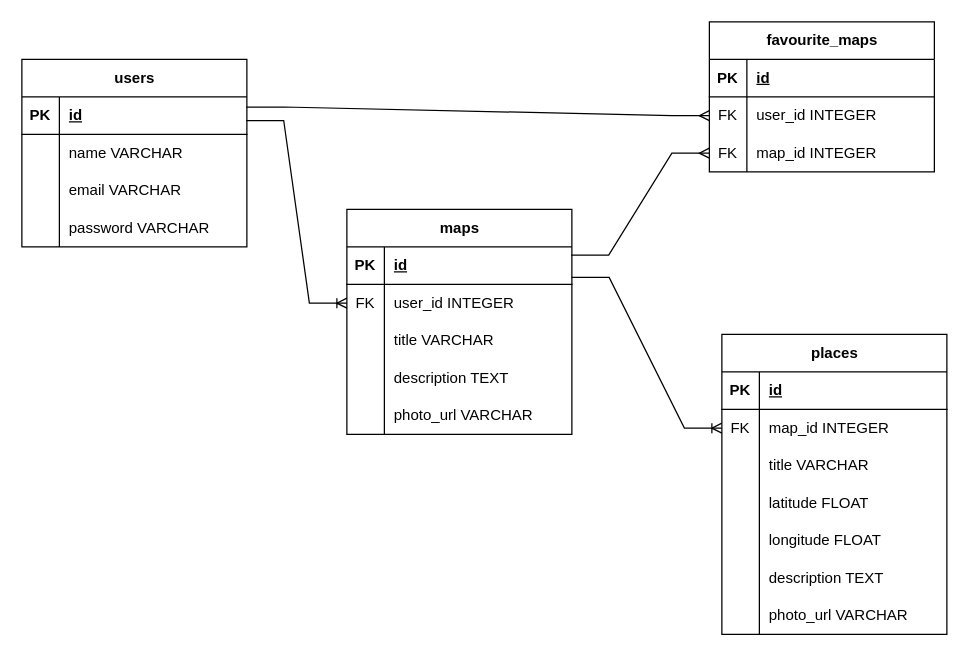
The draw.io diagram planning/Wiki-Maps ERD.drawio in Vani11aG310/wiki-maps, before the edit. Source tidied: cells renumbered, new cells numbered last; positions are measured from the earlier drawing's top-left corner, leaving out a move shared by most shapes. Both pictures are drawn from the tidied source at 125%, with x=0, y=0 at pixel (21, 21).
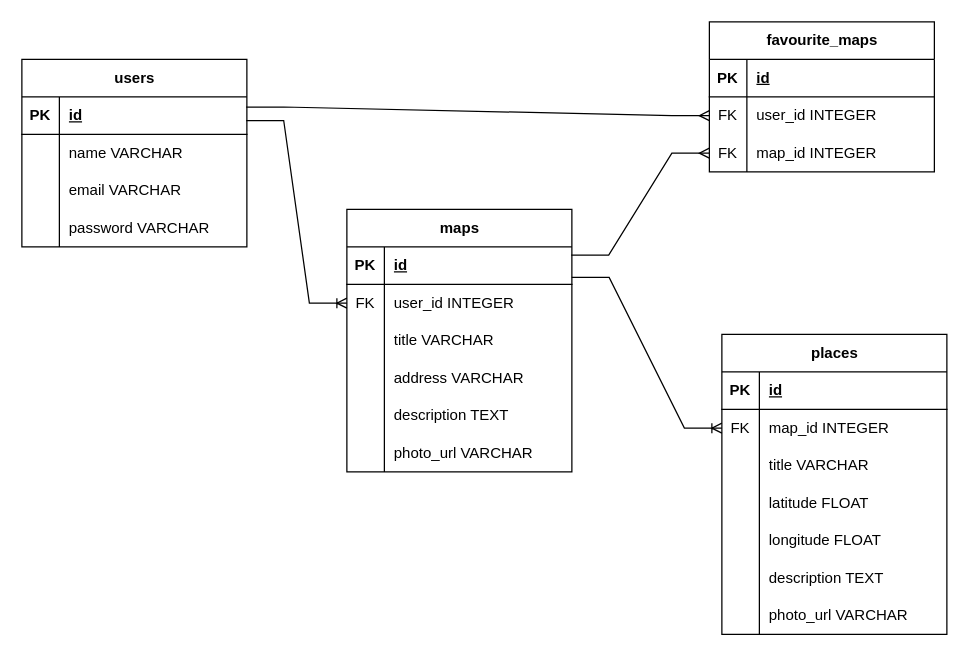
The same page after the edit.

Commit message:
Add address to maps entity

The edit, as a diff of the source:
```diff
@@
     <mxCell id="15" value="maps" style="shape=table;startSize=30;childLayout=tableLayout;rowLines=0;fontStyle=1;align=center;html=1;" parent="1" vertex="1">
-      <mxGeometry x="260" y="150" width="180" height="180" as="geometry" />
+      <mxGeometry x="260" y="150" width="180" height="210" as="geometry" />
     </mxCell>
@@
+    <mxCell id="67" style="shape=tableRow;horizontal=0;startSize=0;swimlaneHead=0;swimlaneBody=0;fillColor=none;top=0;left=0;right=0;bottom=0;" parent="15" vertex="1">
+      <mxGeometry y="120" width="180" height="30" as="geometry" />
+    </mxCell>
+    <mxCell id="68" style="shape=partialRectangle;fillColor=none;top=0;left=0;bottom=0;right=0;overflow=hidden;whiteSpace=wrap;html=1;" parent="67" vertex="1">
+      <mxGeometry width="30" height="30" as="geometry" />
+    </mxCell>
+    <mxCell id="69" value="address VARCHAR" style="shape=partialRectangle;fillColor=none;top=0;left=0;bottom=0;right=0;align=left;spacingLeft=6;overflow=hidden;whiteSpace=wrap;html=1;" parent="67" vertex="1">
+      <mxGeometry x="30" width="150" height="30" as="geometry" />
+    </mxCell>
     <mxCell id="25" style="shape=tableRow;horizontal=0;startSize=0;swimlaneHead=0;swimlaneBody=0;fillColor=none;top=0;left=0;right=0;bottom=0;" parent="15" vertex="1">
-      <mxGeometry y="120" width="180" height="30" as="geometry" />
+      <mxGeometry y="150" width="180" height="30" as="geometry" />
     </mxCell>
@@
     <mxCell id="28" style="shape=tableRow;horizontal=0;startSize=0;swimlaneHead=0;swimlaneBody=0;fillColor=none;top=0;left=0;right=0;bottom=0;" parent="15" vertex="1">
-      <mxGeometry y="150" width="180" height="30" as="geometry" />
+      <mxGeometry y="180" width="180" height="30" as="geometry" />
     </mxCell>
```
